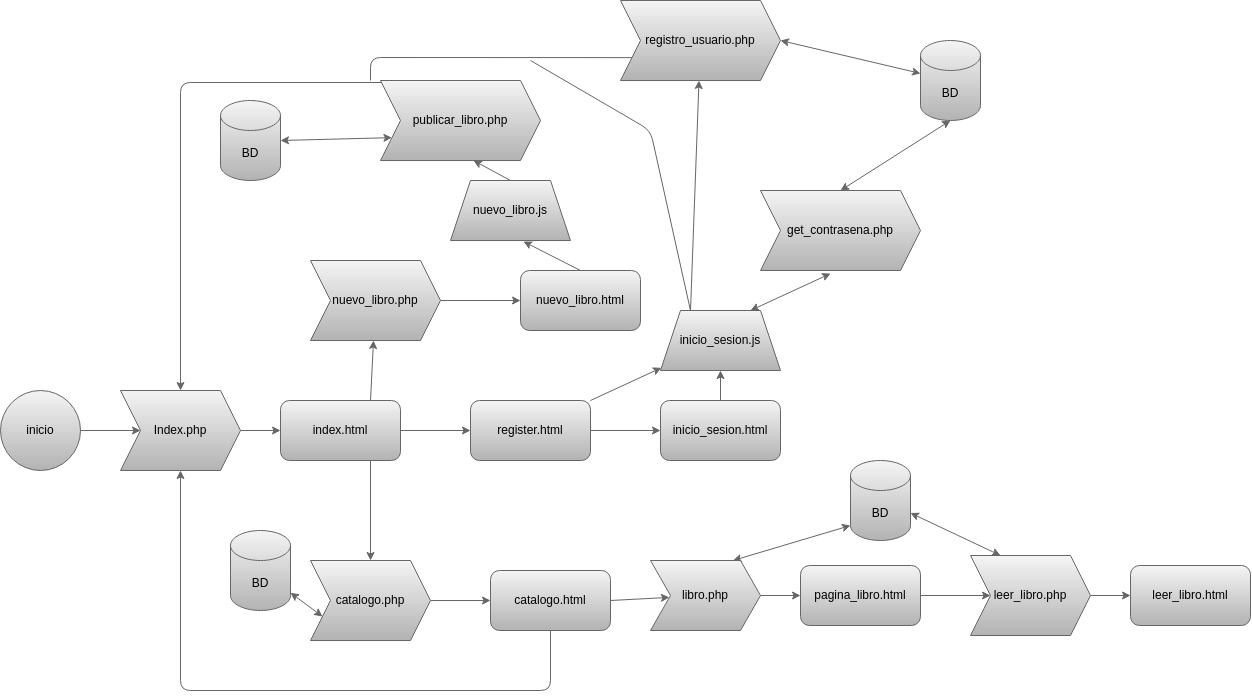
The draw.io diagram documentacion/diagrama_paginas.png in Calcoph/docker-lamp, before a commit. Source tidied: cells renumbered, new cells last; positions are measured from the earlier drawing's top-left corner, leaving out a move shared by most shapes.
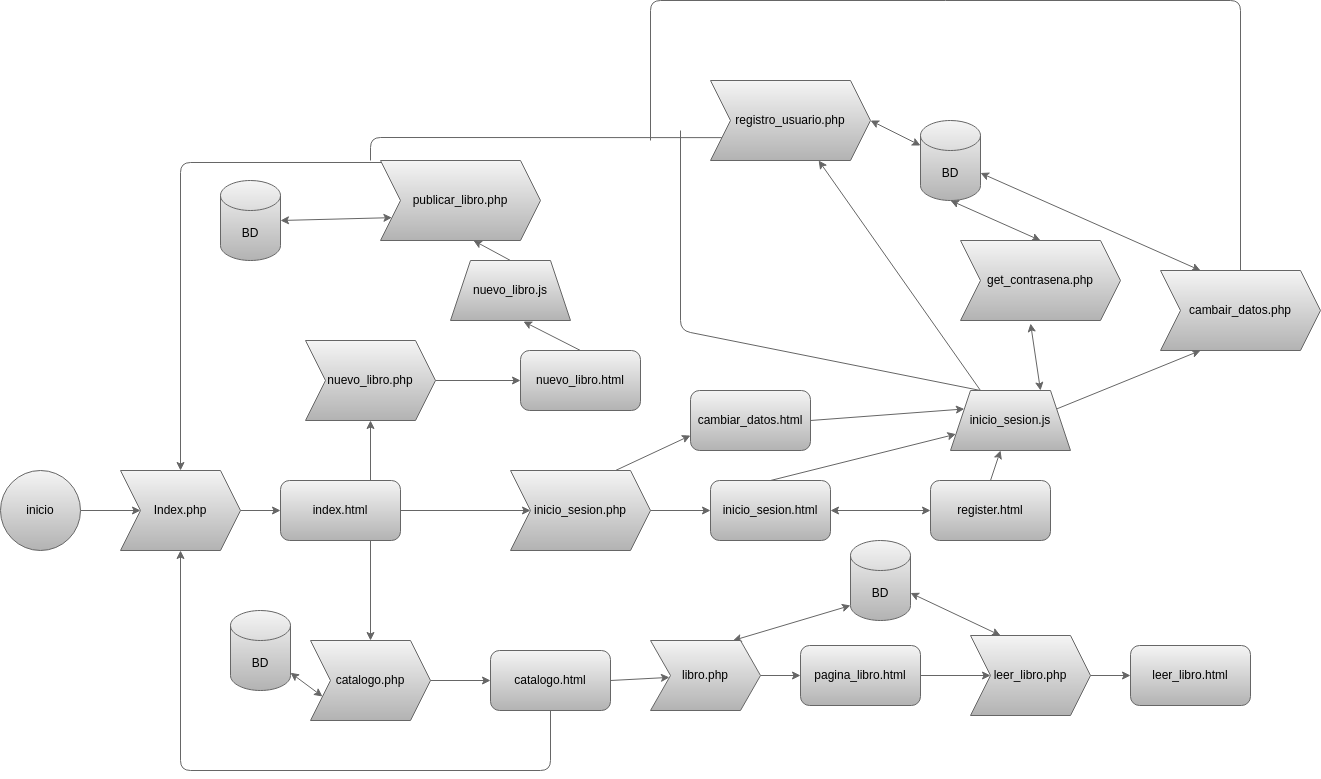
Later version of the same file.

Commit message:
actualizar diagrama

The edit, as a diff of the source:
```diff
@@ -14,9 +14,9 @@
     <mxCell id="5" style="edgeStyle=none;shape=connector;rounded=1;html=1;exitX=0.75;exitY=0;exitDx=0;exitDy=0;labelBackgroundColor=default;fontFamily=Helvetica;fontSize=12;fontColor=#000000;startArrow=none;startFill=0;endArrow=classic;strokeColor=#666666;fillColor=#f5f5f5;gradientColor=#b3b3b3;" parent="1" edge="1" source="7" target="19">
       <mxGeometry relative="1" as="geometry" />
     </mxCell>
-    <mxCell id="6" style="edgeStyle=none;shape=connector;rounded=1;html=1;exitX=1;exitY=0.5;exitDx=0;exitDy=0;entryX=0;entryY=0.5;entryDx=0;entryDy=0;labelBackgroundColor=default;fontFamily=Helvetica;fontSize=12;fontColor=#000000;startArrow=none;startFill=0;endArrow=classic;strokeColor=#666666;fillColor=#f5f5f5;gradientColor=#b3b3b3;" parent="1" edge="1" source="7" target="22">
-      <mxGeometry relative="1" as="geometry" />
-    </mxCell>
+    <mxCell id="52" style="edgeStyle=none;html=1;exitX=1;exitY=0.5;exitDx=0;exitDy=0;entryX=0;entryY=0.5;entryDx=0;entryDy=0;fillColor=#f5f5f5;strokeColor=#666666;gradientColor=#b3b3b3;" parent="1" edge="1" source="7" target="57">
+      <mxGeometry relative="1" as="geometry" />
+    </mxCell>
     <mxCell id="7" value="index.html" style="rounded=1;whiteSpace=wrap;html=1;fillColor=#f5f5f5;gradientColor=#b3b3b3;strokeColor=#666666;fontColor=#000000;" parent="1" vertex="1">
       <mxGeometry x="280" y="400" width="120" height="60" as="geometry" />
     </mxCell>
@@ -59,16 +59,13 @@
       <mxGeometry relative="1" as="geometry" />
     </mxCell>
     <mxCell id="19" value="nuevo_libro.php" style="shape=step;perimeter=stepPerimeter;whiteSpace=wrap;html=1;fixedSize=1;fillColor=#f5f5f5;gradientColor=#b3b3b3;strokeColor=#666666;fontColor=#000000;" parent="1" vertex="1">
-      <mxGeometry x="310" y="260" width="130" height="80" as="geometry" />
+      <mxGeometry x="305" y="260" width="130" height="80" as="geometry" />
     </mxCell>
-    <mxCell id="20" style="edgeStyle=none;shape=connector;rounded=1;html=1;exitX=1;exitY=0.5;exitDx=0;exitDy=0;entryX=0;entryY=0.5;entryDx=0;entryDy=0;labelBackgroundColor=default;fontFamily=Helvetica;fontSize=12;fontColor=#000000;startArrow=none;startFill=0;endArrow=classic;strokeColor=#666666;fillColor=#f5f5f5;gradientColor=#b3b3b3;" parent="1" edge="1" source="22" target="27">
-      <mxGeometry relative="1" as="geometry" />
-    </mxCell>
-    <mxCell id="21" style="edgeStyle=none;shape=connector;rounded=1;html=1;exitX=1;exitY=0;exitDx=0;exitDy=0;labelBackgroundColor=default;fontFamily=Helvetica;fontSize=12;fontColor=#000000;startArrow=none;startFill=0;endArrow=classic;strokeColor=#666666;fillColor=#f5f5f5;gradientColor=#b3b3b3;" parent="1" edge="1" source="22" target="31">
+    <mxCell id="21" style="edgeStyle=none;shape=connector;rounded=1;html=1;exitX=0.5;exitY=0;exitDx=0;exitDy=0;labelBackgroundColor=default;fontFamily=Helvetica;fontSize=12;fontColor=#000000;startArrow=none;startFill=0;endArrow=classic;strokeColor=#666666;fillColor=#f5f5f5;gradientColor=#b3b3b3;" parent="1" edge="1" source="22" target="31">
       <mxGeometry relative="1" as="geometry" />
     </mxCell>
     <mxCell id="22" value="register.html" style="rounded=1;whiteSpace=wrap;html=1;fillColor=#f5f5f5;gradientColor=#b3b3b3;strokeColor=#666666;fontColor=#000000;" parent="1" vertex="1">
-      <mxGeometry x="470" y="400" width="120" height="60" as="geometry" />
+      <mxGeometry x="930" y="400" width="120" height="60" as="geometry" />
     </mxCell>
     <mxCell id="23" style="edgeStyle=none;shape=connector;rounded=1;html=1;exitX=0.019;exitY=0.025;exitDx=0;exitDy=0;labelBackgroundColor=default;fontFamily=Helvetica;fontSize=12;fontColor=#000000;startArrow=none;startFill=0;endArrow=classic;strokeColor=#666666;fillColor=#f5f5f5;gradientColor=#b3b3b3;exitPerimeter=0;" parent="1" edge="1" source="25" target="3">
       <mxGeometry relative="1" as="geometry">
@@ -86,8 +83,11 @@
     <mxCell id="26" style="edgeStyle=none;shape=connector;rounded=1;html=1;exitX=0.5;exitY=0;exitDx=0;exitDy=0;labelBackgroundColor=default;fontFamily=Helvetica;fontSize=12;fontColor=#000000;startArrow=none;startFill=0;endArrow=classic;strokeColor=#666666;fillColor=#f5f5f5;gradientColor=#b3b3b3;" parent="1" edge="1" source="27" target="31">
       <mxGeometry relative="1" as="geometry" />
     </mxCell>
+    <mxCell id="53" style="edgeStyle=none;shape=connector;rounded=1;html=1;exitX=1;exitY=0.5;exitDx=0;exitDy=0;labelBackgroundColor=default;fontFamily=Helvetica;fontSize=11;fontColor=default;endArrow=classic;strokeColor=#666666;fillColor=#f5f5f5;gradientColor=#b3b3b3;startArrow=classic;startFill=1;" parent="1" edge="1" source="27" target="22">
+      <mxGeometry relative="1" as="geometry" />
+    </mxCell>
     <mxCell id="27" value="inicio_sesion.html" style="rounded=1;whiteSpace=wrap;html=1;fillColor=#f5f5f5;gradientColor=#b3b3b3;strokeColor=#666666;fontColor=#000000;" parent="1" vertex="1">
-      <mxGeometry x="660" y="400" width="120" height="60" as="geometry" />
+      <mxGeometry x="710" y="400" width="120" height="60" as="geometry" />
     </mxCell>
     <mxCell id="28" style="edgeStyle=none;shape=connector;rounded=1;html=1;exitX=0.75;exitY=0;exitDx=0;exitDy=0;entryX=0.438;entryY=1.038;entryDx=0;entryDy=0;entryPerimeter=0;labelBackgroundColor=default;fontFamily=Helvetica;fontSize=12;fontColor=#000000;startArrow=classic;startFill=1;endArrow=classic;strokeColor=#666666;fillColor=#f5f5f5;gradientColor=#b3b3b3;" parent="1" edge="1" source="31" target="33">
       <mxGeometry relative="1" as="geometry" />
@@ -97,20 +97,23 @@
     </mxCell>
     <mxCell id="30" style="edgeStyle=none;shape=connector;rounded=1;html=1;exitX=0.25;exitY=0;exitDx=0;exitDy=0;labelBackgroundColor=default;fontFamily=Helvetica;fontSize=12;fontColor=#000000;startArrow=none;startFill=0;endArrow=none;endFill=0;strokeColor=#666666;fillColor=#f5f5f5;gradientColor=#b3b3b3;" parent="1" edge="1" source="31">
       <mxGeometry relative="1" as="geometry">
-        <mxPoint x="530" y="60" as="targetPoint" />
+        <mxPoint x="680" y="50" as="targetPoint" />
         <Array as="points">
-          <mxPoint x="650" y="130" />
+          <mxPoint x="680" y="250" />
         </Array>
       </mxGeometry>
     </mxCell>
+    <mxCell id="54" style="edgeStyle=none;shape=connector;rounded=1;html=1;exitX=1;exitY=0.25;exitDx=0;exitDy=0;entryX=0.25;entryY=1;entryDx=0;entryDy=0;labelBackgroundColor=default;fontFamily=Helvetica;fontSize=11;fontColor=default;startArrow=none;startFill=0;endArrow=classic;strokeColor=#666666;fillColor=#f5f5f5;gradientColor=#b3b3b3;" parent="1" edge="1" source="31" target="62">
+      <mxGeometry relative="1" as="geometry" />
+    </mxCell>
     <mxCell id="31" value="inicio_sesion.js" style="shape=trapezoid;perimeter=trapezoidPerimeter;whiteSpace=wrap;html=1;fixedSize=1;fontFamily=Helvetica;fontSize=12;fontColor=#000000;strokeColor=#666666;fillColor=#f5f5f5;gradientColor=#b3b3b3;" parent="1" vertex="1">
-      <mxGeometry x="660" y="310" width="120" height="60" as="geometry" />
+      <mxGeometry x="950" y="310" width="120" height="60" as="geometry" />
     </mxCell>
     <mxCell id="32" style="edgeStyle=none;shape=connector;rounded=1;html=1;exitX=0.5;exitY=0;exitDx=0;exitDy=0;entryX=0.5;entryY=1;entryDx=0;entryDy=0;entryPerimeter=0;labelBackgroundColor=default;fontFamily=Helvetica;fontSize=12;fontColor=#000000;startArrow=classic;startFill=1;endArrow=classic;strokeColor=#666666;fillColor=#f5f5f5;gradientColor=#b3b3b3;endFill=1;" parent="1" edge="1" source="33" target="34">
       <mxGeometry relative="1" as="geometry" />
     </mxCell>
     <mxCell id="33" value="get_contrasena.php" style="shape=step;perimeter=stepPerimeter;whiteSpace=wrap;html=1;fixedSize=1;fillColor=#f5f5f5;gradientColor=#b3b3b3;strokeColor=#666666;fontColor=#000000;" parent="1" vertex="1">
-      <mxGeometry x="760" y="190" width="160" height="80" as="geometry" />
+      <mxGeometry x="960" y="160" width="160" height="80" as="geometry" />
     </mxCell>
     <mxCell id="34" value="BD" style="shape=cylinder3;whiteSpace=wrap;html=1;boundedLbl=1;backgroundOutline=1;size=15;fontFamily=Helvetica;fontSize=12;fontColor=#000000;strokeColor=#666666;fillColor=#f5f5f5;gradientColor=#b3b3b3;" parent="1" vertex="1">
       <mxGeometry x="920" y="40" width="60" height="80" as="geometry" />
@@ -130,7 +133,7 @@
       </mxGeometry>
     </mxCell>
     <mxCell id="38" value="registro_usuario.php" style="shape=step;perimeter=stepPerimeter;whiteSpace=wrap;html=1;fixedSize=1;fillColor=#f5f5f5;gradientColor=#b3b3b3;strokeColor=#666666;fontColor=#000000;" parent="1" vertex="1">
-      <mxGeometry x="620" width="160" height="80" as="geometry" />
+      <mxGeometry x="710" width="160" height="80" as="geometry" />
     </mxCell>
     <mxCell id="39" style="edgeStyle=none;shape=connector;rounded=1;html=1;exitX=1;exitY=0.5;exitDx=0;exitDy=0;entryX=0;entryY=0.5;entryDx=0;entryDy=0;labelBackgroundColor=default;fontFamily=Helvetica;fontSize=12;fontColor=#000000;startArrow=none;startFill=0;endArrow=classic;endFill=1;strokeColor=#666666;fillColor=#f5f5f5;gradientColor=#b3b3b3;" parent="1" edge="1" source="41" target="43">
       <mxGeometry relative="1" as="geometry" />
@@ -171,5 +174,35 @@
     <mxCell id="51" value="BD" style="shape=cylinder3;whiteSpace=wrap;html=1;boundedLbl=1;backgroundOutline=1;size=15;fontFamily=Helvetica;fontSize=12;fontColor=#000000;strokeColor=#666666;fillColor=#f5f5f5;gradientColor=#b3b3b3;" parent="1" vertex="1">
       <mxGeometry x="230" y="530" width="60" height="80" as="geometry" />
     </mxCell>
+    <mxCell id="55" style="edgeStyle=none;html=1;exitX=1;exitY=0.5;exitDx=0;exitDy=0;entryX=0;entryY=0.5;entryDx=0;entryDy=0;fillColor=#f5f5f5;strokeColor=#666666;gradientColor=#b3b3b3;" parent="1" edge="1" source="57" target="27">
+      <mxGeometry relative="1" as="geometry" />
+    </mxCell>
+    <mxCell id="56" style="edgeStyle=none;shape=connector;rounded=1;html=1;exitX=0.75;exitY=0;exitDx=0;exitDy=0;entryX=0;entryY=0.75;entryDx=0;entryDy=0;labelBackgroundColor=default;fontFamily=Helvetica;fontSize=11;fontColor=default;startArrow=none;startFill=0;endArrow=classic;strokeColor=#666666;fillColor=#f5f5f5;gradientColor=#b3b3b3;" parent="1" edge="1" source="57" target="59">
+      <mxGeometry relative="1" as="geometry" />
+    </mxCell>
+    <mxCell id="57" value="inicio_sesion.php" style="shape=step;perimeter=stepPerimeter;whiteSpace=wrap;html=1;fixedSize=1;fillColor=#f5f5f5;gradientColor=#b3b3b3;strokeColor=#666666;fontColor=#000000;" parent="1" vertex="1">
+      <mxGeometry x="510" y="390" width="140" height="80" as="geometry" />
+    </mxCell>
+    <mxCell id="58" style="edgeStyle=none;shape=connector;rounded=1;html=1;exitX=1;exitY=0.5;exitDx=0;exitDy=0;entryX=0;entryY=0.25;entryDx=0;entryDy=0;labelBackgroundColor=default;fontFamily=Helvetica;fontSize=11;fontColor=default;startArrow=none;startFill=0;endArrow=classic;strokeColor=#666666;fillColor=#f5f5f5;gradientColor=#b3b3b3;" parent="1" edge="1" source="59" target="31">
+      <mxGeometry relative="1" as="geometry" />
+    </mxCell>
+    <mxCell id="59" value="cambiar_datos.html" style="rounded=1;whiteSpace=wrap;html=1;fillColor=#f5f5f5;gradientColor=#b3b3b3;strokeColor=#666666;fontColor=#000000;" parent="1" vertex="1">
+      <mxGeometry x="690" y="310" width="120" height="60" as="geometry" />
+    </mxCell>
+    <mxCell id="60" style="edgeStyle=none;shape=connector;rounded=1;html=1;exitX=0.25;exitY=0;exitDx=0;exitDy=0;entryX=1;entryY=0;entryDx=0;entryDy=52.5;entryPerimeter=0;labelBackgroundColor=default;fontFamily=Helvetica;fontSize=11;fontColor=default;startArrow=classic;startFill=1;endArrow=classic;strokeColor=#666666;fillColor=#f5f5f5;gradientColor=#b3b3b3;" parent="1" edge="1" source="62" target="34">
+      <mxGeometry relative="1" as="geometry" />
+    </mxCell>
+    <mxCell id="61" style="edgeStyle=none;shape=connector;rounded=1;html=1;exitX=0.5;exitY=0;exitDx=0;exitDy=0;labelBackgroundColor=default;fontFamily=Helvetica;fontSize=11;fontColor=default;startArrow=none;startFill=0;endArrow=none;strokeColor=#666666;fillColor=#f5f5f5;gradientColor=#b3b3b3;endFill=0;" parent="1" edge="1" source="62">
+      <mxGeometry relative="1" as="geometry">
+        <mxPoint x="650" y="60" as="targetPoint" />
+        <Array as="points">
+          <mxPoint x="1240" y="-80" />
+          <mxPoint x="650" y="-80" />
+        </Array>
+      </mxGeometry>
+    </mxCell>
+    <mxCell id="62" value="cambair_datos.php" style="shape=step;perimeter=stepPerimeter;whiteSpace=wrap;html=1;fixedSize=1;fillColor=#f5f5f5;gradientColor=#b3b3b3;strokeColor=#666666;fontColor=#000000;" parent="1" vertex="1">
+      <mxGeometry x="1160" y="190" width="160" height="80" as="geometry" />
+    </mxCell>
   </root>
 </mxGraphModel>
```
